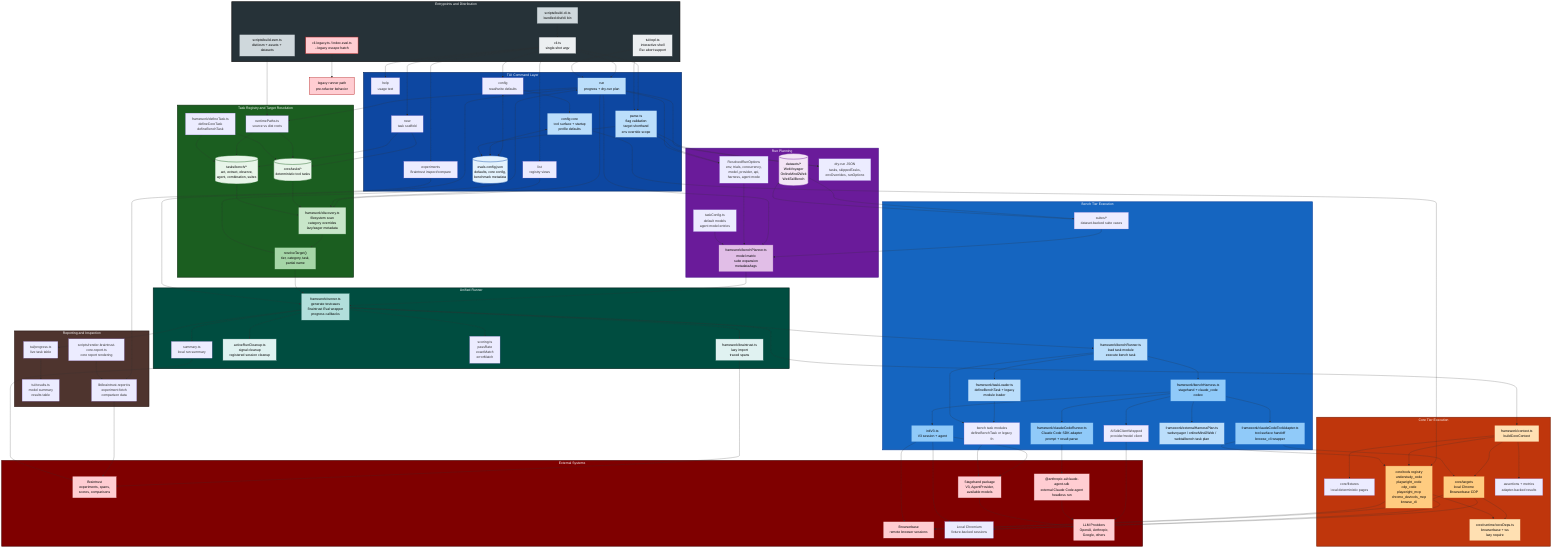
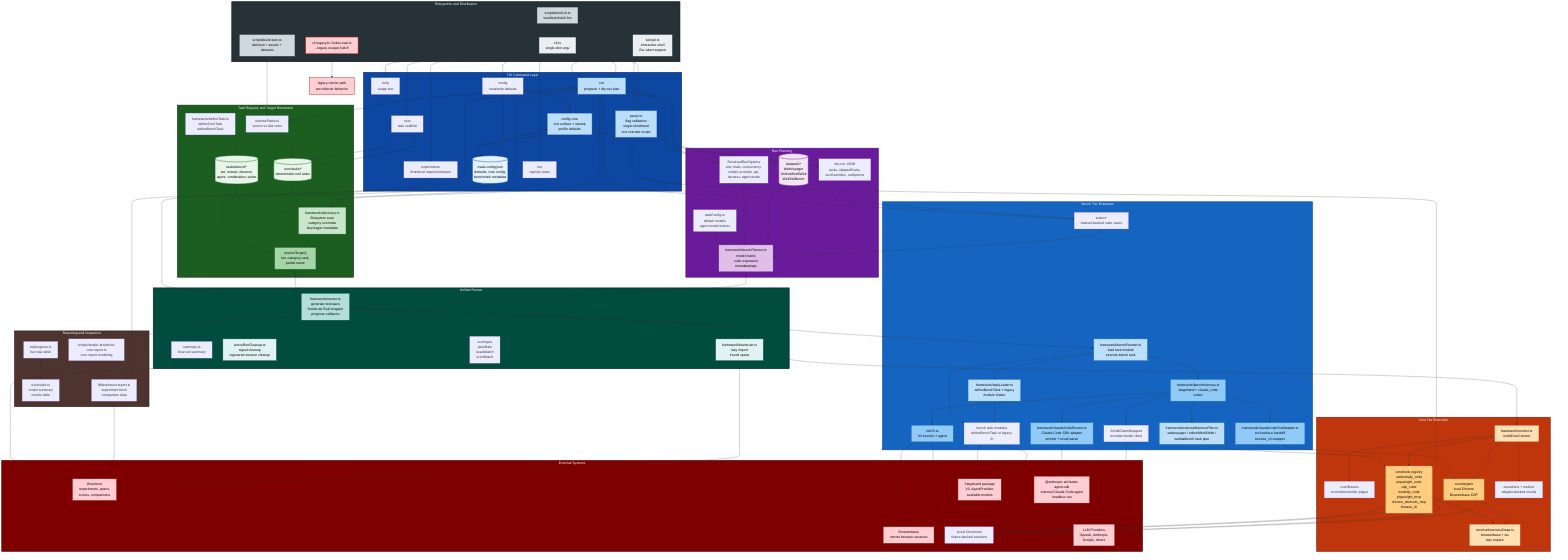
flowchart TB
    subgraph Entrypoints["Entrypoints and Distribution"]
        CLI["cli.ts<br/>single-shot argv"]
        REPL["tui/repl.ts<br/>interactive shell<br/>Esc abort support"]
        BuildCLI["scripts/build-cli.ts<br/>bundled dist/cli bin"]
        BuildESM["scripts/build-esm.ts<br/>dist/esm + assets + datasets"]
        LegacyCLI["cli-legacy.ts / index.eval.ts<br/>--legacy escape hatch"]
    end

    subgraph TUI["TUI Command Layer"]
        Help["help<br/>usage text"]
        List["list<br/>registry views"]
        ConfigCmd["config<br/>read/write defaults"]
        ConfigCore["config core<br/>tool surface + startup<br/>profile defaults"]
        NewTask["new<br/>task scaffold"]
        Experiments["experiments<br/>Braintrust inspect/compare"]
        RunCmd["run<br/>progress + dry-run plan"]
        Parse["parse.ts<br/>flag validation<br/>target shorthand<br/>env override scope"]
        ConfigFile[("evals.config.json<br/>defaults, core config,<br/>benchmark metadata")]
    end

    subgraph Registry["Task Registry and Target Resolution"]
        RuntimePaths["runtimePaths.ts<br/>source vs dist roots"]
        Discovery["framework/discovery.ts<br/>filesystem scan<br/>category overrides<br/>lazy/eager metadata"]
        Resolver["resolveTarget()<br/>tier, category, task,<br/>partial name"]
        CoreTasks[("core/tasks/*<br/>deterministic tool tasks")]
        BenchTasks[("tasks/bench/*<br/>act, extract, observe,<br/>agent, combination, suites")]
        DefineTask["framework/defineTask.ts<br/>defineCoreTask<br/>defineBenchTask"]
    end

    subgraph Planning["Run Planning"]
        ResolvedOptions["ResolvedRunOptions<br/>env, trials, concurrency,<br/>model, provider, api,<br/>harness, agent mode"]
        BenchPlanner["framework/benchPlanner.ts<br/>model matrix<br/>suite expansion<br/>metadata/tags"]
        TaskConfig["taskConfig.ts<br/>default models<br/>agent model entries"]
        Datasets[("datasets/*<br/>WebVoyager<br/>OnlineMind2Web<br/>WebTailBench")]
        DryRun["dry-run JSON<br/>tasks, skippedTasks,<br/>envOverrides, runOptions"]
    end

    subgraph Runner["Unified Runner"]
        RunEvals["framework/runner.ts<br/>generate testcases<br/>Braintrust Eval wrapper<br/>progress callbacks"]
        BraintrustAdapter["framework/braintrust.ts<br/>lazy import<br/>traced spans"]
        Cleanup["activeRunCleanup.ts<br/>signal cleanup<br/>registered session cleanup"]
        Scoring["scoring.ts<br/>passRate<br/>exactMatch<br/>errorMatch"]
        Summary["summary.ts<br/>local run summary"]
    end

    subgraph CoreTier["Core Tier Execution"]
        CoreContext["framework/context.ts<br/>buildCoreContext"]
        FixtureServer["core/fixtures<br/>local deterministic pages"]
        CoreTargets["core/targets<br/>local Chrome<br/>Browserbase CDP"]
-         CoreTools["core/tools registry<br/>understudy_code<br/>playwright_code<br/>cdp_code<br/>playwright_mcp<br/>chrome_devtools_mcp<br/>browse_cli"]
+         CoreTools["core/tools registry<br/>understudy_code<br/>playwright_code<br/>cdp_code<br/>modcdp_code<br/>playwright_mcp<br/>chrome_devtools_mcp<br/>browse_cli"]
        CoreAssertions["assertions + metrics<br/>adapter-backed results"]
        CoreDeps["core/runtime/coreDeps.ts<br/>browserbase + ws<br/>lazy require"]
    end

    subgraph BenchTier["Bench Tier Execution"]
        BenchRunner["framework/benchRunner.ts<br/>load task module<br/>execute bench task"]
        TaskLoader["framework/taskLoader.ts<br/>defineBenchTask + legacy<br/>module loader"]
        HarnessRegistry["framework/benchHarness.ts<br/>stagehand + claude_code<br/>codex"]
        InitV3["initV3.ts<br/>V3 session + agent"]
        AISDK["AISdkClientWrapped<br/>provider/model client"]
        ClaudeCodeRunner["framework/claudeCodeRunner.ts<br/>Claude Code SDK adapter<br/>prompt + result parse"]
        ClaudeCodeToolAdapter["framework/claudeCodeToolAdapter.ts<br/>tool-surface handoff<br/>browse_cli wrapper"]
        ExternalHarnessPlan["framework/externalHarnessPlan.ts<br/>webvoyager / onlineMind2Web /<br/>webtailbench task plan"]
        BenchSuites["suites/*<br/>dataset-backed suite cases"]
        BenchTaskDefs["bench task modules<br/>defineBenchTask or legacy fn"]
    end

    subgraph Reporting["Reporting and Inspection"]
        Progress["tui/progress.ts<br/>live task table"]
        ResultsView["tui/results.ts<br/>model summary<br/>results table"]
        ReportLib["lib/braintrust-report.ts<br/>experiment fetch<br/>comparison data"]
        RenderReport["scripts/render-braintrust-core-report.ts<br/>core report rendering"]
    end

    subgraph External["External Systems"]
        Braintrust["Braintrust<br/>experiments, spans,<br/>scores, comparisons"]
        Browserbase["Browserbase<br/>remote browser sessions"]
        LocalBrowser["Local Chromium<br/>fixture-backed sessions"]
        Providers["LLM Providers<br/>OpenAI, Anthropic,<br/>Google, others"]
        Stagehand["Stagehand package<br/>V3, AgentProvider,<br/>available models"]
        ClaudeCodeSDK["@anthropic-ai/claude-agent-sdk<br/>external Claude Code agent<br/>headless run"]
    end

    %% Entrypoints
    CLI --> Parse
    CLI --> RunCmd
    CLI --> List
    CLI --> ConfigCmd
    CLI --> Experiments
    CLI --> NewTask
    CLI --> Help
    REPL --> Parse
    REPL --> RunCmd
    BuildCLI --> CLI
    BuildESM --> RuntimePaths
    LegacyCLI --> LegacyRunner["legacy runner path<br/>pre-refactor behavior"]

    %% TUI and config
    ConfigCmd <--> ConfigFile
    ConfigCmd --> ConfigCore
    ConfigCore <--> ConfigFile
    ConfigCore --> CoreTools
    Parse --> ConfigFile
    Parse --> ResolvedOptions
    Parse --> DryRun
    RunCmd --> ResolvedOptions
    RunCmd --> RuntimePaths
    RunCmd --> Discovery
    List --> Discovery
    NewTask --> CoreTasks
    NewTask --> BenchTasks
    Experiments --> ReportLib

    %% Registry
    RuntimePaths --> CoreTasks
    RuntimePaths --> BenchTasks
    CoreTasks --> Discovery
    BenchTasks --> Discovery
    DefineTask --> CoreTasks
    DefineTask --> BenchTasks
    Discovery --> Resolver
    Resolver --> RunCmd

    %% Planning
    RunCmd --> BenchPlanner
    RunCmd --> DryRun
    ResolvedOptions --> BenchPlanner
    TaskConfig --> BenchPlanner
    Datasets --> BenchSuites
    BenchSuites --> BenchPlanner
    BenchPlanner --> RunEvals
    Resolver --> RunEvals

    %% Runner
    RunCmd --> RunEvals
    RunEvals --> BraintrustAdapter
    RunEvals --> Cleanup
    RunEvals --> Scoring
    RunEvals --> Summary
    RunEvals --> CoreContext
    RunEvals --> BenchRunner
    RunEvals --> Progress
    Progress --> ResultsView

    %% Core path
    CoreContext --> FixtureServer
    CoreContext --> CoreTargets
    CoreContext --> CoreTools
    CoreContext --> CoreAssertions
    CoreTargets --> LocalBrowser
    CoreTargets --> Browserbase
    CoreTools --> LocalBrowser
    CoreTools --> Browserbase
    CoreTargets --> CoreDeps
    CoreTools --> CoreDeps

    %% Bench path
    BenchRunner --> HarnessRegistry
    BenchRunner --> TaskLoader
    TaskLoader --> BenchTaskDefs
    HarnessRegistry --> InitV3
    InitV3 --> Stagehand
    InitV3 --> Browserbase
    InitV3 --> LocalBrowser
    HarnessRegistry --> AISDK
    AISDK --> Providers
    BenchRunner --> BenchTaskDefs
    BenchTaskDefs --> Stagehand
    BenchSuites --> Datasets

    %% Claude Code external harness path
    HarnessRegistry --> ClaudeCodeRunner
    HarnessRegistry --> ClaudeCodeToolAdapter
    HarnessRegistry --> ExternalHarnessPlan
    ClaudeCodeToolAdapter --> CoreTools
    ClaudeCodeToolAdapter --> CoreTargets
    ClaudeCodeRunner --> ClaudeCodeSDK
    ClaudeCodeSDK --> Providers

    %% Reporting and external
    BraintrustAdapter --> Braintrust
    ReportLib --> Braintrust
    RenderReport --> ReportLib
    Summary --> Braintrust
    Stagehand --> Providers

    %% Styling
    style Entrypoints fill:#263238,stroke:#111111,stroke-width:3px,color:#ffffff
    style TUI fill:#0d47a1,stroke:#082d69,stroke-width:3px,color:#ffffff
    style Registry fill:#1b5e20,stroke:#0d3010,stroke-width:3px,color:#ffffff
    style Planning fill:#6a1b9a,stroke:#4a148c,stroke-width:3px,color:#ffffff
    style Runner fill:#004d40,stroke:#00251f,stroke-width:3px,color:#ffffff
    style CoreTier fill:#bf360c,stroke:#7f2207,stroke-width:3px,color:#ffffff
    style BenchTier fill:#1565c0,stroke:#0d47a1,stroke-width:3px,color:#ffffff
    style Reporting fill:#4e342e,stroke:#2d1b17,stroke-width:3px,color:#ffffff
    style External fill:#7f0000,stroke:#4d0000,stroke-width:3px,color:#ffffff

    style CLI fill:#eceff1,stroke:#263238,stroke-width:2px,color:#000000
    style REPL fill:#eceff1,stroke:#263238,stroke-width:2px,color:#000000
    style BuildCLI fill:#cfd8dc,stroke:#263238,stroke-width:2px,color:#000000
    style BuildESM fill:#cfd8dc,stroke:#263238,stroke-width:2px,color:#000000
    style LegacyCLI fill:#ffcdd2,stroke:#b71c1c,stroke-width:2px,color:#000000
    style LegacyRunner fill:#ffcdd2,stroke:#b71c1c,stroke-width:2px,color:#000000

    style Parse fill:#bbdefb,stroke:#0d47a1,stroke-width:2px,color:#000000
    style RunCmd fill:#bbdefb,stroke:#0d47a1,stroke-width:2px,color:#000000
    style ConfigCore fill:#bbdefb,stroke:#0d47a1,stroke-width:2px,color:#000000
    style ConfigFile fill:#e3f2fd,stroke:#0d47a1,stroke-width:2px,color:#000000
    style Discovery fill:#c8e6c9,stroke:#1b5e20,stroke-width:2px,color:#000000
    style Resolver fill:#a5d6a7,stroke:#1b5e20,stroke-width:2px,color:#000000
    style CoreTasks fill:#e8f5e9,stroke:#1b5e20,stroke-width:2px,color:#000000
    style BenchTasks fill:#e8f5e9,stroke:#1b5e20,stroke-width:2px,color:#000000

    style BenchPlanner fill:#e1bee7,stroke:#6a1b9a,stroke-width:2px,color:#000000
    style Datasets fill:#f3e5f5,stroke:#6a1b9a,stroke-width:2px,color:#000000
    style RunEvals fill:#b2dfdb,stroke:#004d40,stroke-width:2px,color:#000000
    style BraintrustAdapter fill:#e0f2f1,stroke:#004d40,stroke-width:2px,color:#000000
    style Cleanup fill:#e0f2f1,stroke:#004d40,stroke-width:2px,color:#000000

    style CoreContext fill:#ffe0b2,stroke:#bf360c,stroke-width:2px,color:#000000
    style CoreTargets fill:#ffcc80,stroke:#bf360c,stroke-width:2px,color:#000000
    style CoreTools fill:#ffcc80,stroke:#bf360c,stroke-width:2px,color:#000000
    style CoreDeps fill:#ffe0b2,stroke:#bf360c,stroke-width:2px,color:#000000
    style BenchRunner fill:#bbdefb,stroke:#1565c0,stroke-width:2px,color:#000000
    style HarnessRegistry fill:#90caf9,stroke:#1565c0,stroke-width:2px,color:#000000
    style InitV3 fill:#90caf9,stroke:#1565c0,stroke-width:2px,color:#000000
    style TaskLoader fill:#bbdefb,stroke:#1565c0,stroke-width:2px,color:#000000
    style ClaudeCodeRunner fill:#90caf9,stroke:#1565c0,stroke-width:2px,color:#000000
    style ClaudeCodeToolAdapter fill:#90caf9,stroke:#1565c0,stroke-width:2px,color:#000000
    style ExternalHarnessPlan fill:#bbdefb,stroke:#1565c0,stroke-width:2px,color:#000000

    style Braintrust fill:#ffcdd2,stroke:#7f0000,stroke-width:2px,color:#000000
    style Browserbase fill:#ffcdd2,stroke:#7f0000,stroke-width:2px,color:#000000
    style Providers fill:#ffcdd2,stroke:#7f0000,stroke-width:2px,color:#000000
    style Stagehand fill:#ffcdd2,stroke:#7f0000,stroke-width:2px,color:#000000
    style ClaudeCodeSDK fill:#ffcdd2,stroke:#7f0000,stroke-width:2px,color:#000000
